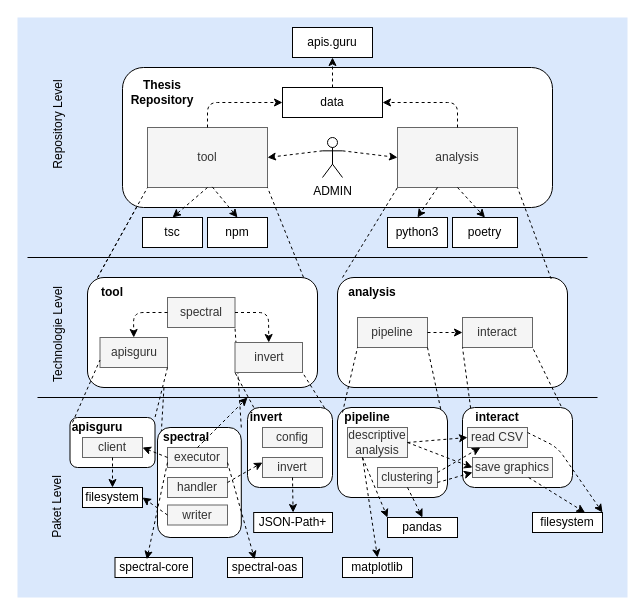
This is requirements/diagram/buildingblockview.drawio from paulbrenker/thesis, a draw.io file, before an edit. Source tidied: cells renumbered, new cells numbered last; positions are measured from the earlier drawing's top-left corner, leaving out a move shared by most shapes. Both pictures are drawn from the tidied source at 100%, with x=0, y=0 at pixel (-1, 17).
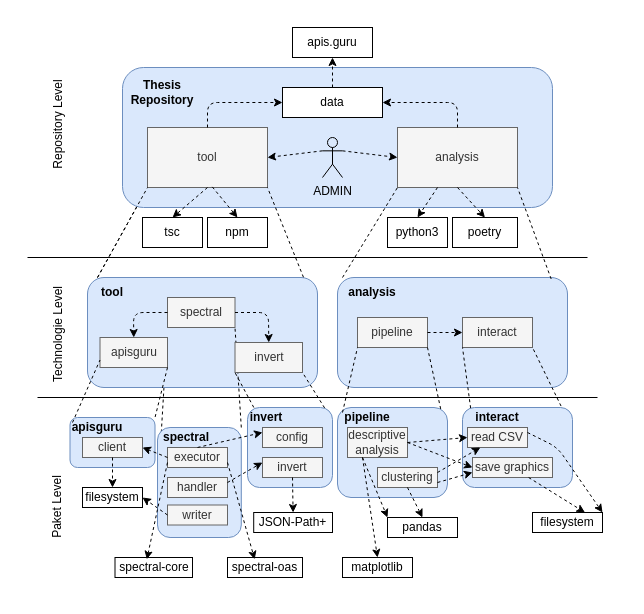
The same diagram, later.

The change refers to these unchanged cells:
```xml
<mxCell id="77" value="config" style="rounded=0;whiteSpace=wrap;html=1;fillColor=#f5f5f5;fontColor=#333333;strokeColor=#666666;" parent="1" vertex="1">
  <mxGeometry x="263" y="410" width="60" height="20" as="geometry" />
</mxCell>
```

The edit, as a diff of the source:
```diff
@@
-    <mxCell id="2" style="rounded=0;whiteSpace=wrap;html=1;fillColor=#dae8fc;strokeColor=none;" parent="1" vertex="1">
+    <mxCell id="2" style="rounded=0;whiteSpace=wrap;html=1;strokeColor=none;" parent="1" vertex="1">
       <mxGeometry x="18" width="610" height="580" as="geometry" />
     </mxCell>
@@
-    <mxCell id="10" style="rounded=1;whiteSpace=wrap;html=1;" parent="1" vertex="1">
+    <mxCell id="10" style="rounded=1;whiteSpace=wrap;html=1;fillColor=#dae8fc;strokeColor=#6c8ebf;" parent="1" vertex="1">
       <mxGeometry x="123" y="50" width="430" height="140" as="geometry" />
     </mxCell>
@@
-    <mxCell id="13" style="rounded=1;whiteSpace=wrap;html=1;" parent="1" vertex="1">
+    <mxCell id="13" style="rounded=1;whiteSpace=wrap;html=1;fillColor=#dae8fc;strokeColor=#6c8ebf;" parent="1" vertex="1">
       <mxGeometry x="88" y="260" width="230" height="110" as="geometry" />
     </mxCell>
-    <mxCell id="14" style="rounded=1;whiteSpace=wrap;html=1;" parent="1" vertex="1">
+    <mxCell id="14" style="rounded=1;whiteSpace=wrap;html=1;fillColor=#dae8fc;strokeColor=#6c8ebf;" parent="1" vertex="1">
       <mxGeometry x="338" y="260" width="230" height="110" as="geometry" />
     </mxCell>
-    <mxCell id="15" style="rounded=1;whiteSpace=wrap;html=1;" parent="1" vertex="1">
+    <mxCell id="15" style="rounded=1;whiteSpace=wrap;html=1;fillColor=#dae8fc;strokeColor=#6c8ebf;" parent="1" vertex="1">
       <mxGeometry x="70.5" y="400" width="85" height="50" as="geometry" />
     </mxCell>
@@
-    <mxCell id="19" value="ADMIN" style="shape=umlActor;verticalLabelPosition=bottom;verticalAlign=top;html=1;outlineConnect=0;" parent="1" vertex="1">
+    <mxCell id="19" value="ADMIN" style="shape=umlActor;verticalLabelPosition=bottom;verticalAlign=top;html=1;outlineConnect=0;fillColor=#dae8fc;strokeColor=#000000;" parent="1" vertex="1">
       <mxGeometry x="323" y="120" width="20" height="40" as="geometry" />
     </mxCell>
@@
-    <mxCell id="25" style="rounded=1;whiteSpace=wrap;html=1;" parent="1" vertex="1">
+    <mxCell id="25" style="rounded=1;whiteSpace=wrap;html=1;fillColor=#dae8fc;strokeColor=#6c8ebf;" parent="1" vertex="1">
       <mxGeometry x="158" y="410" width="83.8" height="110" as="geometry" />
     </mxCell>
-    <mxCell id="26" style="rounded=1;whiteSpace=wrap;html=1;" parent="1" vertex="1">
+    <mxCell id="26" style="rounded=1;whiteSpace=wrap;html=1;fillColor=#dae8fc;strokeColor=#6c8ebf;" parent="1" vertex="1">
       <mxGeometry x="248" y="390" width="85" height="80" as="geometry" />
     </mxCell>
-    <mxCell id="27" style="rounded=1;whiteSpace=wrap;html=1;" parent="1" vertex="1">
+    <mxCell id="27" style="rounded=1;whiteSpace=wrap;html=1;fillColor=#dae8fc;strokeColor=#6c8ebf;" parent="1" vertex="1">
       <mxGeometry x="338" y="390" width="110" height="90" as="geometry" />
     </mxCell>
-    <mxCell id="28" style="rounded=1;whiteSpace=wrap;html=1;" parent="1" vertex="1">
+    <mxCell id="28" style="rounded=1;whiteSpace=wrap;html=1;fillColor=#dae8fc;strokeColor=#6c8ebf;" parent="1" vertex="1">
       <mxGeometry x="463" y="390" width="110" height="80" as="geometry" />
     </mxCell>
@@
-    <mxCell id="92" style="endArrow=classic;html=1;dashed=1;" parent="1" edge="1">
+    <mxCell id="92" style="endArrow=classic;html=1;dashed=1;entryX=0;entryY=0.25;entryDx=0;entryDy=0;" parent="1" edge="1" target="77">
       <mxGeometry relative="1" as="geometry">
         <mxPoint x="198" y="430" as="sourcePoint" />
-        <mxPoint x="248" y="380" as="targetPoint" />
       </mxGeometry>
     </mxCell>
```
